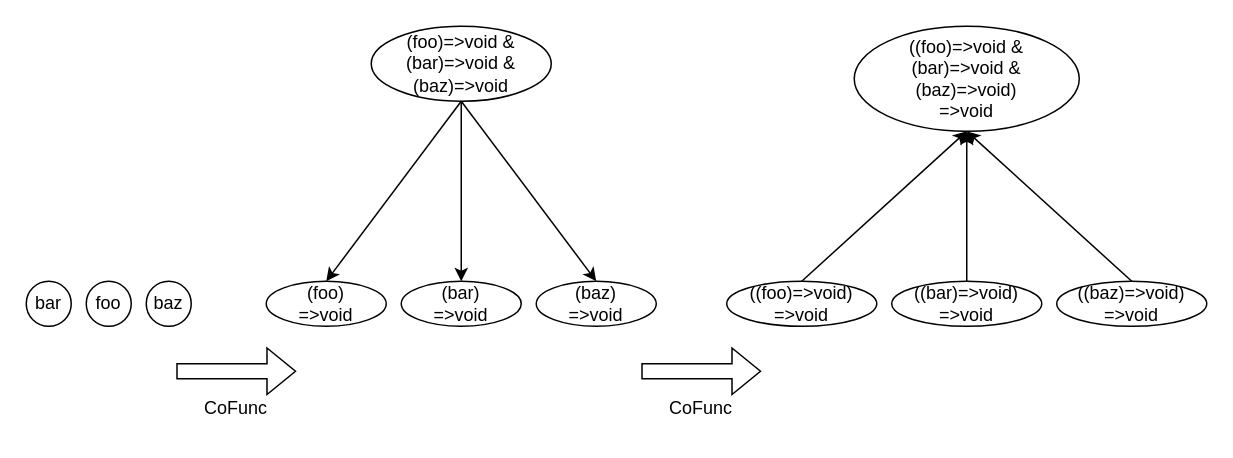
ryokat3/qiita-articles keeps this draw.io diagram as img/Untitled Diagram.drawio. Above is the earlier version. Source tidied: cells renumbered, new cells numbered last; positions are measured from the earlier drawing's top-left corner, leaving out a move shared by most shapes. Both pictures are drawn from the tidied source at 150%, with x=0, y=0 at pixel (26, 26).
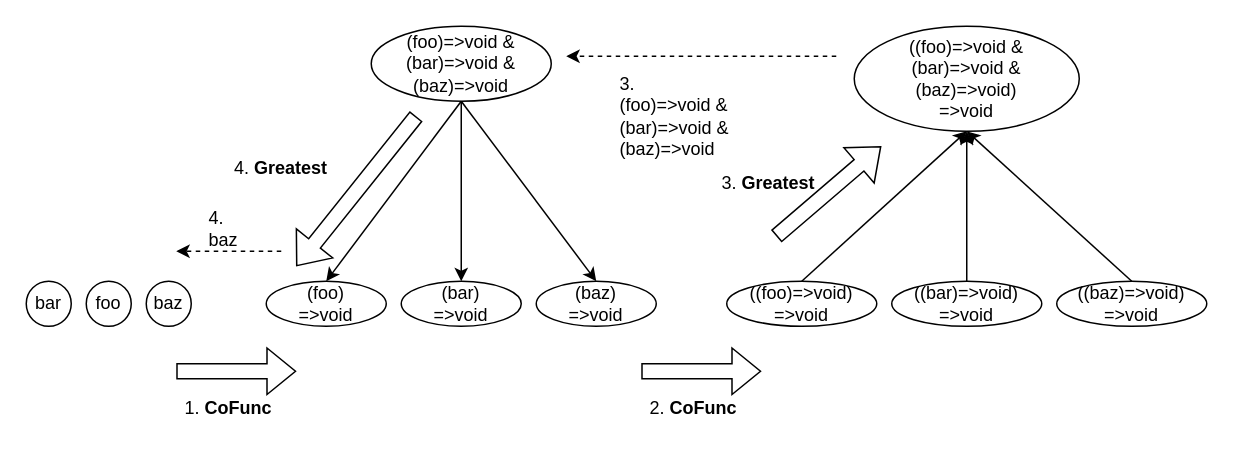
Above is the later version.

The edit, as a diff of the source:
```diff
@@
-    <mxCell id="20" value="CoFunc" style="text;html=1;strokeColor=none;fillColor=none;align=center;verticalAlign=middle;whiteSpace=wrap;rounded=0;" parent="1" vertex="1">
-      <mxGeometry x="110" y="240" width="60" height="30" as="geometry" />
+    <mxCell id="20" value="1. &lt;b&gt;CoFunc&lt;/b&gt;" style="text;html=1;strokeColor=none;fillColor=none;align=center;verticalAlign=middle;whiteSpace=wrap;rounded=0;" parent="1" vertex="1">
+      <mxGeometry x="100" y="240" width="70" height="30" as="geometry" />
     </mxCell>
@@
-    <mxCell id="22" value="CoFunc" style="text;html=1;strokeColor=none;fillColor=none;align=center;verticalAlign=middle;whiteSpace=wrap;rounded=0;" parent="1" vertex="1">
-      <mxGeometry x="420" y="240" width="60" height="30" as="geometry" />
+    <mxCell id="22" value="2. &lt;b&gt;CoFunc&lt;/b&gt;" style="text;html=1;strokeColor=none;fillColor=none;align=center;verticalAlign=middle;whiteSpace=wrap;rounded=0;" parent="1" vertex="1">
+      <mxGeometry x="410" y="240" width="70" height="30" as="geometry" />
     </mxCell>
+    <mxCell id="23" style="shape=flexArrow;endArrow=classic;html=1;rounded=0;" parent="1" edge="1">
+      <mxGeometry relative="1" as="geometry">
+        <mxPoint x="500" y="140" as="sourcePoint" />
+        <mxPoint x="570" y="80" as="targetPoint" />
+      </mxGeometry>
+    </mxCell>
+    <mxCell id="24" value="3. &lt;b&gt;Greatest&lt;/b&gt;" style="text;html=1;strokeColor=none;fillColor=none;align=center;verticalAlign=middle;whiteSpace=wrap;rounded=0;" parent="1" vertex="1">
+      <mxGeometry x="460" y="90" width="70" height="30" as="geometry" />
+    </mxCell>
+    <mxCell id="25" style="endArrow=classic;html=1;rounded=0;dashed=1;" parent="1" edge="1">
+      <mxGeometry relative="1" as="geometry">
+        <mxPoint x="540" y="20" as="sourcePoint" />
+        <mxPoint x="360" y="20" as="targetPoint" />
+      </mxGeometry>
+    </mxCell>
+    <mxCell id="26" value="3.&lt;br&gt;(foo)=&amp;gt;void &amp;amp;&lt;br&gt;(bar)=&amp;gt;void &amp;amp;&lt;br&gt;(baz)=&amp;gt;void" style="text;html=1;strokeColor=none;fillColor=none;align=left;verticalAlign=middle;whiteSpace=wrap;rounded=0;" parent="1" vertex="1">
+      <mxGeometry x="394" y="30" width="100" height="60" as="geometry" />
+    </mxCell>
+    <mxCell id="27" style="shape=flexArrow;endArrow=classic;html=1;rounded=0;" parent="1" edge="1">
+      <mxGeometry relative="1" as="geometry">
+        <mxPoint x="260" y="60" as="sourcePoint" />
+        <mxPoint x="180" y="160" as="targetPoint" />
+      </mxGeometry>
+    </mxCell>
+    <mxCell id="28" value="4. &lt;b&gt;Greatest&lt;/b&gt;" style="text;html=1;strokeColor=none;fillColor=none;align=center;verticalAlign=middle;whiteSpace=wrap;rounded=0;" parent="1" vertex="1">
+      <mxGeometry x="130" y="80" width="80" height="30" as="geometry" />
+    </mxCell>
+    <mxCell id="29" style="endArrow=classic;html=1;rounded=0;dashed=1;startArrow=none;" parent="1" edge="1">
+      <mxGeometry relative="1" as="geometry">
+        <mxPoint x="170" y="150" as="sourcePoint" />
+        <mxPoint x="100" y="150" as="targetPoint" />
+      </mxGeometry>
+    </mxCell>
+    <mxCell id="30" value="4.&lt;br&gt;baz" style="text;html=1;strokeColor=none;fillColor=none;align=left;verticalAlign=middle;whiteSpace=wrap;rounded=0;" parent="1" vertex="1">
+      <mxGeometry x="120" y="120" width="40" height="30" as="geometry" />
+    </mxCell>
```
